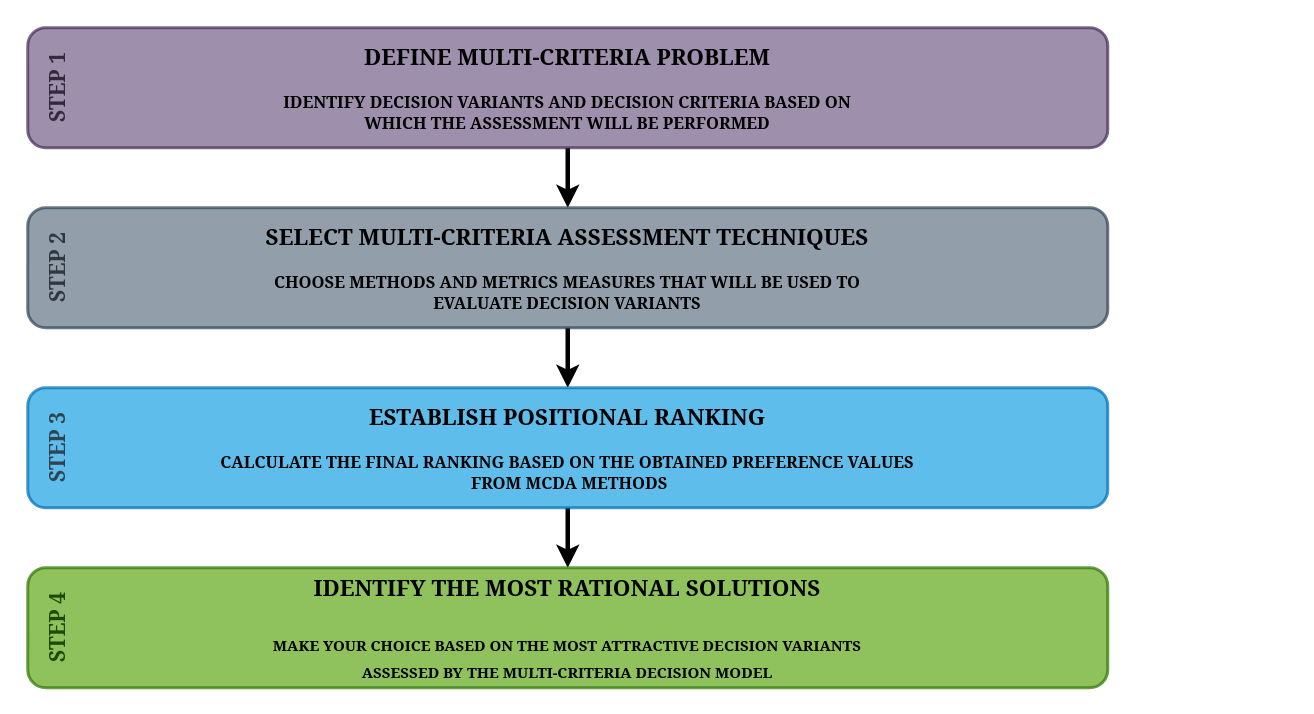
Before: src/assets/img/graphs/MCDA_EN.drawio in jwieckowski/makeDecision, a draw.io diagram. Source tidied: cells renumbered, new cells numbered last; positions are measured from the earlier drawing's top-left corner, leaving out a move shared by most shapes. Both pictures are drawn from the tidied source at 150%, with x=0, y=0 at pixel (12, 27).
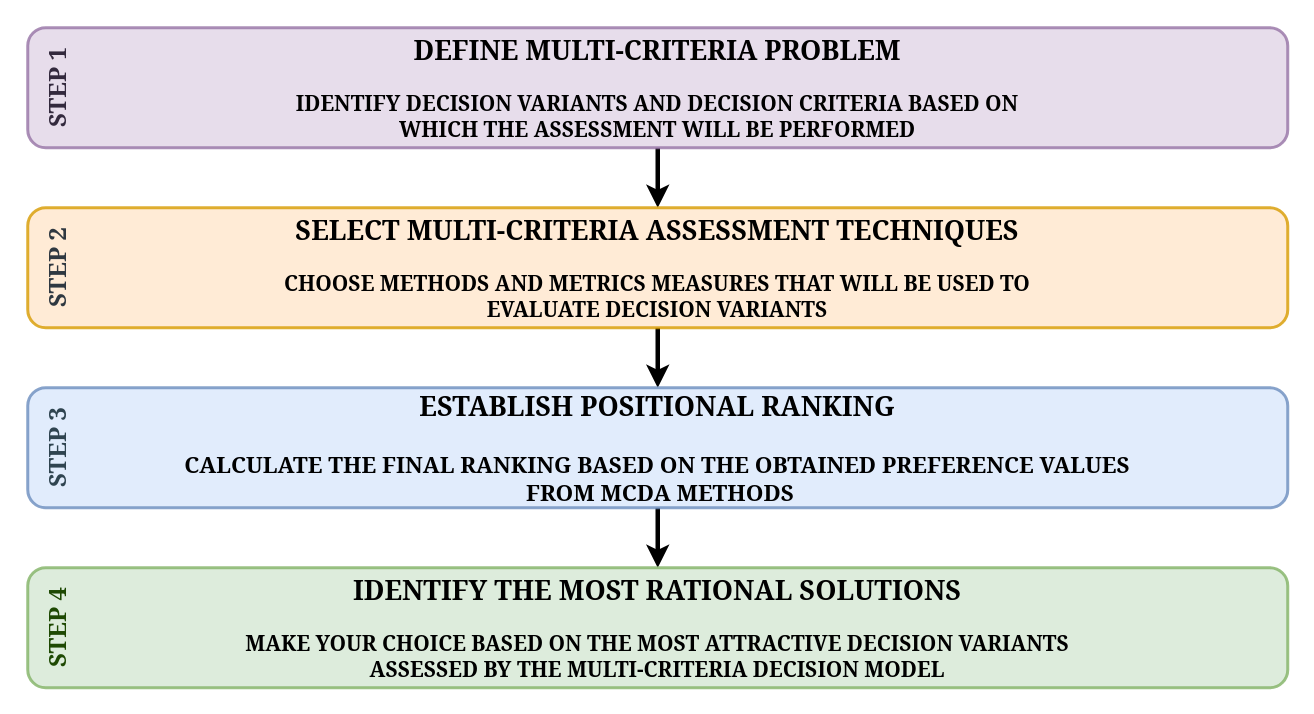
The same page after the edit.

The edit, as a diff of the source:
```diff
@@
 <mxGraphModel>
   <root>
     <mxCell id="0" />
     <mxCell id="1" parent="0" />
     <mxCell id="2" style="edgeStyle=orthogonalEdgeStyle;rounded=0;jettySize=auto;html=1;strokeWidth=3;" parent="1" edge="1" source="3" target="5">
       <mxGeometry relative="1" as="geometry" />
     </mxCell>
-    <mxCell id="3" value="&lt;font style=&quot;&quot; color=&quot;#000000&quot;&gt;&lt;font size=&quot;1&quot; style=&quot;&quot;&gt;&lt;b style=&quot;font-size: 15px;&quot;&gt;DEFINE MULTI-CRITERIA PROBLEM&lt;/b&gt;&lt;/font&gt;&lt;br&gt;&lt;font style=&quot;&quot;&gt;&lt;br&gt;&lt;font size=&quot;1&quot; style=&quot;&quot;&gt;&lt;b style=&quot;font-size: 11px;&quot;&gt;IDENTIFY DECISION VARIANTS AND DECISION CRITERIA BASED ON &lt;br&gt;WHICH THE ASSESSMENT WILL BE PERFORMED&lt;/b&gt;&lt;/font&gt;&lt;/font&gt;&lt;/font&gt;" style="rounded=1;whiteSpace=wrap;html=1;fontFamily=Georgia;fillColor=#76608A;strokeColor=#432D57;fontColor=#ffffff;strokeWidth=2;opacity=70;" parent="1" vertex="1">
-      <mxGeometry x="10" width="720" height="80" as="geometry" />
+    <mxCell id="3" value="&lt;font style=&quot;&quot; color=&quot;#000000&quot;&gt;&lt;font size=&quot;1&quot; style=&quot;&quot;&gt;&lt;b style=&quot;font-size: 18px;&quot;&gt;DEFINE MULTI-CRITERIA PROBLEM&lt;/b&gt;&lt;/font&gt;&lt;br&gt;&lt;font style=&quot;font-size: 14px;&quot;&gt;&lt;br&gt;&lt;font style=&quot;font-size: 14px;&quot;&gt;&lt;b style=&quot;&quot;&gt;IDENTIFY DECISION VARIANTS AND DECISION CRITERIA BASED ON &lt;br&gt;WHICH THE ASSESSMENT WILL BE PERFORMED&lt;/b&gt;&lt;/font&gt;&lt;/font&gt;&lt;/font&gt;" style="rounded=1;whiteSpace=wrap;html=1;fontFamily=Georgia;fillColor=#e1d5e7;strokeColor=#9673a6;strokeWidth=2;opacity=80;" parent="1" vertex="1">
+      <mxGeometry x="10" width="840" height="80" as="geometry" />
     </mxCell>
     <mxCell id="4" style="edgeStyle=orthogonalEdgeStyle;rounded=0;jettySize=auto;html=1;strokeWidth=3;" parent="1" edge="1" source="5" target="7">
       <mxGeometry relative="1" as="geometry" />
     </mxCell>
-    <mxCell id="5" value="&lt;font color=&quot;#000000&quot;&gt;&lt;b style=&quot;&quot;&gt;&lt;font style=&quot;font-size: 15px;&quot;&gt;SELECT MULTI-CRITERIA ASSESSMENT TECHNIQUES&lt;/font&gt;&lt;/b&gt;&lt;br&gt;&lt;/font&gt;&lt;font style=&quot;&quot;&gt;&lt;font style=&quot;&quot; color=&quot;#000000&quot;&gt;&lt;br&gt;&lt;b style=&quot;&quot;&gt;&lt;font style=&quot;font-size: 11px;&quot;&gt;CHOOSE METHODS AND METRICS MEASURES THAT WILL BE USED TO &lt;br&gt;EVALUATE DECISION VARIANTS&lt;/font&gt;&lt;/b&gt;&lt;/font&gt;&lt;br&gt;&lt;/font&gt;" style="rounded=1;whiteSpace=wrap;html=1;fontFamily=Georgia;fillColor=#647687;fontColor=#ffffff;strokeColor=#314354;strokeWidth=2;opacity=70;" parent="1" vertex="1">
-      <mxGeometry x="10" y="120" width="720" height="80" as="geometry" />
+    <mxCell id="5" value="&lt;font style=&quot;&quot; color=&quot;#000000&quot;&gt;&lt;b style=&quot;&quot;&gt;&lt;font style=&quot;font-size: 18px;&quot;&gt;SELECT MULTI-CRITERIA ASSESSMENT TECHNIQUES&lt;/font&gt;&lt;/b&gt;&lt;br&gt;&lt;/font&gt;&lt;font style=&quot;font-size: 14px;&quot;&gt;&lt;font style=&quot;font-size: 14px;&quot; color=&quot;#000000&quot;&gt;&lt;br&gt;&lt;b style=&quot;&quot;&gt;&lt;font style=&quot;font-size: 14px;&quot;&gt;CHOOSE METHODS AND METRICS MEASURES THAT WILL BE USED TO &lt;br&gt;EVALUATE DECISION VARIANTS&lt;/font&gt;&lt;/b&gt;&lt;/font&gt;&lt;br&gt;&lt;/font&gt;" style="rounded=1;whiteSpace=wrap;html=1;fontFamily=Georgia;fillColor=#ffe6cc;strokeColor=#d79b00;strokeWidth=2;opacity=80;" parent="1" vertex="1">
+      <mxGeometry x="10" y="120" width="840" height="80" as="geometry" />
     </mxCell>
     <mxCell id="6" style="edgeStyle=orthogonalEdgeStyle;rounded=0;jettySize=auto;html=1;strokeWidth=3;" parent="1" edge="1" source="7" target="8">
       <mxGeometry relative="1" as="geometry" />
     </mxCell>
-    <mxCell id="7" value="&lt;font color=&quot;#000000&quot;&gt;&lt;b style=&quot;&quot;&gt;&lt;font style=&quot;font-size: 15px;&quot;&gt;ESTABLISH POSITIONAL RANKING&lt;/font&gt;&lt;/b&gt;&lt;br&gt;&lt;/font&gt;&lt;font style=&quot;&quot;&gt;&lt;font style=&quot;&quot; color=&quot;#000000&quot;&gt;&lt;br&gt;&lt;b style=&quot;&quot;&gt;&lt;font style=&quot;font-size: 11px;&quot;&gt;CALCULATE THE FINAL RANKING BASED ON THE OBTAINED PREFERENCE VALUES&lt;br&gt;&amp;nbsp;FROM&amp;nbsp;MCDA METHODS&lt;/font&gt;&lt;/b&gt;&lt;/font&gt;&lt;br&gt;&lt;/font&gt;" style="rounded=1;whiteSpace=wrap;html=1;fontFamily=Georgia;fillColor=#1ba1e2;fontColor=#ffffff;strokeColor=#006EAF;strokeWidth=2;opacity=70;" parent="1" vertex="1">
-      <mxGeometry x="10" y="240" width="720" height="80" as="geometry" />
+    <mxCell id="7" value="&lt;font style=&quot;&quot; color=&quot;#000000&quot;&gt;&lt;b style=&quot;&quot;&gt;&lt;font style=&quot;font-size: 18px;&quot;&gt;ESTABLISH POSITIONAL RANKING&lt;/font&gt;&lt;/b&gt;&lt;br&gt;&lt;/font&gt;&lt;font style=&quot;font-size: 15px;&quot;&gt;&lt;font style=&quot;font-size: 15px;&quot; color=&quot;#000000&quot;&gt;&lt;br&gt;&lt;b style=&quot;&quot;&gt;&lt;font style=&quot;font-size: 15px;&quot;&gt;CALCULATE THE FINAL RANKING BASED ON THE OBTAINED PREFERENCE VALUES&lt;br&gt;&amp;nbsp;FROM&amp;nbsp;MCDA METHODS&lt;/font&gt;&lt;/b&gt;&lt;/font&gt;&lt;br&gt;&lt;/font&gt;" style="rounded=1;whiteSpace=wrap;html=1;fontFamily=Georgia;fillColor=#dae8fc;strokeColor=#6c8ebf;strokeWidth=2;opacity=80;" parent="1" vertex="1">
+      <mxGeometry x="10" y="240" width="840" height="80" as="geometry" />
     </mxCell>
-    <mxCell id="8" value="&lt;b style=&quot;font-size: 15px;&quot;&gt;&lt;font style=&quot;font-size: 15px;&quot; color=&quot;#000000&quot;&gt;IDENTIFY THE MOST RATIONAL SOLUTIONS&lt;br&gt;&lt;/font&gt;&lt;/b&gt;&lt;font style=&quot;font-size: 15px;&quot;&gt;&lt;font style=&quot;font-size: 15px;&quot; color=&quot;#000000&quot;&gt;&lt;font style=&quot;font-size: 15px;&quot;&gt;&lt;br&gt;&lt;/font&gt;&lt;span style=&quot;font-size: 10px;&quot;&gt;&lt;b&gt;MAKE YOUR CHOICE BASED ON THE MOST ATTRACTIVE DECISION VARIANTS &lt;br&gt;ASSESSED BY THE MULTI-CRITERIA DECISION MODEL&lt;/b&gt;&lt;/span&gt;&lt;/font&gt;&lt;br&gt;&lt;/font&gt;" style="rounded=1;whiteSpace=wrap;html=1;fontFamily=Georgia;fillColor=#60a917;fontColor=#ffffff;strokeColor=#2D7600;opacity=70;strokeWidth=2;" parent="1" vertex="1">
-      <mxGeometry x="10" y="360" width="720" height="80" as="geometry" />
+    <mxCell id="8" value="&lt;b style=&quot;&quot;&gt;&lt;font style=&quot;&quot; color=&quot;#000000&quot;&gt;&lt;font style=&quot;font-size: 18px;&quot;&gt;IDENTIFY THE MOST RATIONAL SOLUTIONS&lt;/font&gt;&lt;br&gt;&lt;/font&gt;&lt;/b&gt;&lt;font style=&quot;font-size: 14px;&quot;&gt;&lt;font style=&quot;font-size: 14px;&quot; color=&quot;#000000&quot;&gt;&lt;font style=&quot;font-size: 14px;&quot;&gt;&lt;br&gt;&lt;/font&gt;&lt;b style=&quot;&quot;&gt;MAKE YOUR CHOICE BASED ON THE MOST ATTRACTIVE DECISION VARIANTS &lt;br&gt;ASSESSED BY THE MULTI-CRITERIA DECISION MODEL&lt;/b&gt;&lt;/font&gt;&lt;br&gt;&lt;/font&gt;" style="rounded=1;whiteSpace=wrap;html=1;fontFamily=Georgia;fillColor=#d5e8d4;strokeColor=#82b366;opacity=80;strokeWidth=2;" parent="1" vertex="1">
+      <mxGeometry x="10" y="360" width="840" height="80" as="geometry" />
     </mxCell>
-    <mxCell id="9" value="STEP 1" style="text;html=1;strokeColor=none;fillColor=none;align=center;verticalAlign=middle;whiteSpace=wrap;rounded=0;rotation=-90;fontFamily=Georgia;fontColor=#33293d;fontSize=14;fontStyle=1;" parent="1" vertex="1">
-      <mxGeometry y="25" width="60" height="30" as="geometry" />
+    <mxCell id="9" value="STEP 1" style="text;html=1;strokeColor=none;fillColor=none;align=center;verticalAlign=middle;whiteSpace=wrap;rounded=0;rotation=-90;fontFamily=Georgia;fontColor=#33293d;fontSize=16;fontStyle=1;" parent="1" vertex="1">
+      <mxGeometry x="-5" y="25" width="70" height="30" as="geometry" />
     </mxCell>
-    <mxCell id="10" value="STEP 2" style="text;html=1;strokeColor=none;fillColor=none;align=center;verticalAlign=middle;whiteSpace=wrap;rounded=0;rotation=-90;fontFamily=Georgia;fontColor=#2f3841;fontSize=14;fontStyle=1;" parent="1" vertex="1">
-      <mxGeometry y="145" width="60" height="30" as="geometry" />
+    <mxCell id="10" value="STEP 2" style="text;html=1;strokeColor=none;fillColor=none;align=center;verticalAlign=middle;whiteSpace=wrap;rounded=0;rotation=-90;fontFamily=Georgia;fontColor=#2f3841;fontSize=16;fontStyle=1;" parent="1" vertex="1">
+      <mxGeometry x="-5" y="145" width="70" height="30" as="geometry" />
     </mxCell>
-    <mxCell id="11" value="STEP 3&lt;br style=&quot;font-size: 14px;&quot;&gt;" style="text;html=1;strokeColor=none;fillColor=none;align=center;verticalAlign=middle;whiteSpace=wrap;rounded=0;rotation=-90;fontFamily=Georgia;fontColor=#2f4450;fontSize=14;fontStyle=1;" parent="1" vertex="1">
-      <mxGeometry y="265" width="60" height="30" as="geometry" />
+    <mxCell id="11" value="STEP 3&lt;br style=&quot;font-size: 16px;&quot;&gt;" style="text;html=1;strokeColor=none;fillColor=none;align=center;verticalAlign=middle;whiteSpace=wrap;rounded=0;rotation=-90;fontFamily=Georgia;fontColor=#2f4450;fontSize=16;fontStyle=1;" parent="1" vertex="1">
+      <mxGeometry x="-5" y="265" width="70" height="30" as="geometry" />
     </mxCell>
-    <mxCell id="12" value="STEP 4&lt;br style=&quot;font-size: 14px;&quot;&gt;" style="text;html=1;strokeColor=none;fillColor=none;align=center;verticalAlign=middle;whiteSpace=wrap;rounded=0;rotation=-90;fontFamily=Georgia;fontColor=#1e4903;fontSize=14;fontStyle=1;" parent="1" vertex="1">
-      <mxGeometry y="385" width="60" height="30" as="geometry" />
+    <mxCell id="12" value="STEP 4&lt;br style=&quot;font-size: 16px;&quot;&gt;" style="text;html=1;strokeColor=none;fillColor=none;align=center;verticalAlign=middle;whiteSpace=wrap;rounded=0;rotation=-90;fontFamily=Georgia;fontColor=#1e4903;fontSize=16;fontStyle=1;" parent="1" vertex="1">
+      <mxGeometry x="-5" y="385" width="70" height="30" as="geometry" />
     </mxCell>
   </root>
 </mxGraphModel>
```
